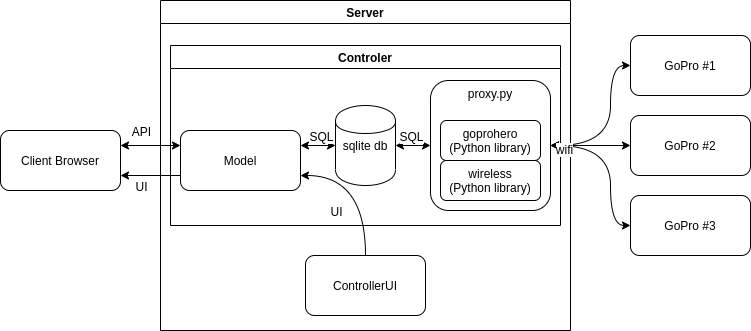
The draw.io diagram imagens/diagram.png in brunojus/Mestrado, before a commit. Source tidied: cells renumbered, new cells last; positions are measured from the earlier drawing's top-left corner, leaving out a move shared by most shapes.
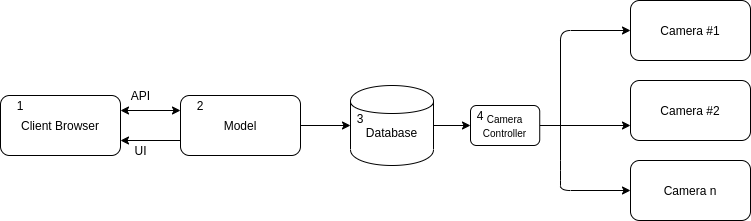
The same diagram one commit later.

Change to the diagram source:
```diff
@@ -2,69 +2,21 @@
   <root>
     <mxCell id="0" />
     <mxCell id="1" parent="0" />
-    <mxCell id="2" value="Server" style="swimlane;swimlaneFillColor=#ffffff;whiteSpace=wrap;html=1;" parent="1" vertex="1">
-      <mxGeometry x="160" width="410" height="330" as="geometry" />
-    </mxCell>
-    <mxCell id="3" value="GoPro #1" style="rounded=1;whiteSpace=wrap;html=1;" parent="1" vertex="1">
+    <mxCell id="3" value="Camera #1" style="rounded=1;whiteSpace=wrap;html=1;" parent="1" vertex="1">
       <mxGeometry x="630" y="35" width="120" height="60" as="geometry" />
     </mxCell>
-    <mxCell id="4" value="GoPro #2" style="rounded=1;whiteSpace=wrap;html=1;" parent="1" vertex="1">
+    <mxCell id="4" value="Camera #2" style="rounded=1;whiteSpace=wrap;html=1;" parent="1" vertex="1">
       <mxGeometry x="630" y="115" width="120" height="60" as="geometry" />
     </mxCell>
-    <mxCell id="5" value="GoPro #3" style="rounded=1;whiteSpace=wrap;html=1;" parent="1" vertex="1">
+    <mxCell id="5" value="Camera n" style="rounded=1;whiteSpace=wrap;html=1;" parent="1" vertex="1">
       <mxGeometry x="630" y="195" width="120" height="60" as="geometry" />
     </mxCell>
-    <mxCell id="6" value="Controler" style="swimlane;swimlaneFillColor=#ffffff;whiteSpace=wrap;html=1;" parent="1" vertex="1">
-      <mxGeometry x="170" y="45" width="390" height="180" as="geometry" />
-    </mxCell>
-    <mxCell id="7" value="sqlite db" style="shape=cylinder;whiteSpace=wrap;html=1;" parent="1" vertex="1">
-      <mxGeometry x="335" y="105" width="60" height="80" as="geometry" />
-    </mxCell>
+    <mxCell id="30" style="edgeStyle=orthogonalEdgeStyle;rounded=0;jettySize=auto;html=1;entryX=0;entryY=0.5;entryDx=0;entryDy=0;" parent="1" edge="1" source="8" target="33">
+      <mxGeometry relative="1" as="geometry" />
+    </mxCell>
     <mxCell id="8" value="Model" style="rounded=1;whiteSpace=wrap;html=1;" parent="1" vertex="1">
       <mxGeometry x="180" y="130" width="120" height="60" as="geometry" />
     </mxCell>
-    <mxCell id="9" style="group;" parent="1" vertex="1">
-      <mxGeometry x="430" y="80" width="120" height="130" as="geometry" />
-    </mxCell>
-    <mxCell id="10" value="proxy.py" style="rounded=1;whiteSpace=wrap;html=1;verticalAlign=top;" parent="9" vertex="1">
-      <mxGeometry width="120" height="130" as="geometry" />
-    </mxCell>
-    <mxCell id="11" value="goprohero&lt;div&gt;(Python library)&lt;/div&gt;" style="rounded=1;whiteSpace=wrap;html=1;" parent="9" vertex="1">
-      <mxGeometry x="10" y="40" width="100" height="40" as="geometry" />
-    </mxCell>
-    <mxCell id="12" value="wireless&lt;div&gt;(Python library)&lt;/div&gt;" style="rounded=1;whiteSpace=wrap;html=1;" parent="9" vertex="1">
-      <mxGeometry x="10" y="80" width="100" height="40" as="geometry" />
-    </mxCell>
-    <mxCell id="13" style="edgeStyle=orthogonalEdgeStyle;rounded=0;html=1;exitX=1;exitY=0.5;entryX=1;entryY=0.5;" parent="9" edge="1" source="12" target="12">
-      <mxGeometry relative="1" as="geometry" />
-    </mxCell>
-    <mxCell id="14" style="edgeStyle=orthogonalEdgeStyle;curved=1;rounded=0;html=1;exitX=1;exitY=0.25;entryX=0;entryY=0.5;startArrow=classic;startFill=1;" parent="1" edge="1" source="8" target="7">
-      <mxGeometry relative="1" as="geometry" />
-    </mxCell>
-    <mxCell id="15" value="SQL" style="text;html=1;align=center;verticalAlign=middle;labelBackgroundColor=#ffffff;" parent="14" vertex="1">
-      <mxGeometry x="-0.03" y="-2" relative="1" as="geometry">
-        <mxPoint x="3" y="-12" as="offset" />
-      </mxGeometry>
-    </mxCell>
-    <mxCell id="16" style="edgeStyle=orthogonalEdgeStyle;curved=1;rounded=0;html=1;exitX=1;exitY=0.5;entryX=0;entryY=0.5;startArrow=classic;startFill=1;" parent="1" edge="1" source="7" target="10">
-      <mxGeometry relative="1" as="geometry" />
-    </mxCell>
-    <mxCell id="17" value="SQL" style="text;html=1;align=center;verticalAlign=middle;labelBackgroundColor=#ffffff;" parent="16" vertex="1">
-      <mxGeometry x="0.43" y="-1" relative="1" as="geometry">
-        <mxPoint x="-10" y="-11" as="offset" />
-      </mxGeometry>
-    </mxCell>
-    <mxCell id="18" value="ControllerUI" style="rounded=1;whiteSpace=wrap;html=1;" parent="1" vertex="1">
-      <mxGeometry x="305" y="255" width="120" height="60" as="geometry" />
-    </mxCell>
-    <mxCell id="19" style="edgeStyle=orthogonalEdgeStyle;curved=1;rounded=0;html=1;exitX=0.5;exitY=0;entryX=1;entryY=0.75;startArrow=none;startFill=0;" parent="1" edge="1" source="18" target="8">
-      <mxGeometry relative="1" as="geometry" />
-    </mxCell>
-    <mxCell id="20" value="UI" style="text;html=1;align=center;verticalAlign=middle;labelBackgroundColor=#ffffff;" parent="19" vertex="1">
-      <mxGeometry x="-0.18" y="8" relative="1" as="geometry">
-        <mxPoint x="-22" y="15" as="offset" />
-      </mxGeometry>
-    </mxCell>
     <mxCell id="21" value="Client Browser" style="rounded=1;whiteSpace=wrap;html=1;" parent="1" vertex="1">
       <mxGeometry y="130" width="120" height="60" as="geometry" />
     </mxCell>
@@ -84,29 +36,49 @@
         <mxPoint x="-8" y="13" as="offset" />
       </mxGeometry>
     </mxCell>
-    <mxCell id="26" style="edgeStyle=orthogonalEdgeStyle;curved=1;rounded=0;html=1;exitX=1;exitY=0.5;entryX=0;entryY=0.5;startArrow=classic;startFill=1;endArrow=classic;endFill=1;" parent="1" edge="1" source="10" target="3">
-      <mxGeometry relative="1" as="geometry">
-        <Array as="points">
-          <mxPoint x="610" y="145" />
-          <mxPoint x="610" y="65" />
-        </Array>
-      </mxGeometry>
-    </mxCell>
-    <mxCell id="27" style="edgeStyle=orthogonalEdgeStyle;curved=1;rounded=0;html=1;exitX=1;exitY=0.5;startArrow=classic;startFill=1;endArrow=classic;endFill=1;" parent="1" edge="1" source="10" target="4">
-      <mxGeometry relative="1" as="geometry" />
-    </mxCell>
-    <mxCell id="28" style="edgeStyle=orthogonalEdgeStyle;curved=1;rounded=0;html=1;exitX=1;exitY=0.5;entryX=0;entryY=0.5;startArrow=classic;startFill=1;endArrow=classic;endFill=1;" parent="1" edge="1" source="10" target="5">
-      <mxGeometry relative="1" as="geometry">
-        <Array as="points">
-          <mxPoint x="610" y="145" />
-          <mxPoint x="610" y="225" />
-        </Array>
-      </mxGeometry>
-    </mxCell>
-    <mxCell id="29" value="wifi" style="text;html=1;align=center;verticalAlign=middle;labelBackgroundColor=#ffffff;" parent="28" vertex="1">
-      <mxGeometry x="-0.25" y="-27" relative="1" as="geometry">
-        <mxPoint x="-20" y="3" as="offset" />
-      </mxGeometry>
-    </mxCell>
+    <mxCell id="31" style="edgeStyle=orthogonalEdgeStyle;rounded=0;jettySize=auto;html=1;startArrow=none;startFill=0;entryX=0;entryY=0.75;entryDx=0;entryDy=0;" parent="1" edge="1" source="32" target="4">
+      <mxGeometry relative="1" as="geometry" />
+    </mxCell>
+    <mxCell id="32" value="&lt;font style=&quot;font-size: 10px&quot;&gt;Camera Controller&lt;/font&gt;" style="rounded=1;whiteSpace=wrap;html=1;verticalAlign=top;" parent="1" vertex="1">
+      <mxGeometry x="470" y="140" width="69.2" height="40" as="geometry" />
+    </mxCell>
+    <mxCell id="33" value="&lt;br&gt;Database" style="shape=cylinder;whiteSpace=wrap;html=1;" parent="1" vertex="1">
+      <mxGeometry x="350" y="120" width="83" height="80" as="geometry" />
+    </mxCell>
+    <mxCell id="34" value="&lt;br&gt;" style="text;html=1;align=center;verticalAlign=middle;" parent="33" vertex="1">
+      <mxGeometry x="53" y="38" width="20" height="20" as="geometry" />
+    </mxCell>
+    <mxCell id="35" value="3" style="text;html=1;strokeColor=none;fillColor=none;align=center;verticalAlign=middle;whiteSpace=wrap;rounded=0;" parent="33" vertex="1">
+      <mxGeometry x="-10" y="23" width="40" height="20" as="geometry" />
+    </mxCell>
+    <mxCell id="36" style="edgeStyle=orthogonalEdgeStyle;curved=1;rounded=0;html=1;exitX=1;exitY=0.5;entryX=0;entryY=0.5;startArrow=none;startFill=0;entryDx=0;entryDy=0;" parent="1" edge="1" source="33" target="32">
+      <mxGeometry relative="1" as="geometry" />
+    </mxCell>
+    <mxCell id="37" style="endArrow=classic;html=1;entryX=0;entryY=0.5;entryDx=0;entryDy=0;" parent="1" edge="1" target="5">
+      <mxGeometry relative="1" as="geometry">
+        <mxPoint x="560" y="160" as="sourcePoint" />
+        <Array as="points">
+          <mxPoint x="560" y="205" />
+          <mxPoint x="560" y="225" />
+        </Array>
+      </mxGeometry>
+    </mxCell>
+    <mxCell id="38" style="endArrow=classic;html=1;entryX=0;entryY=0.5;entryDx=0;entryDy=0;" parent="1" edge="1" target="3">
+      <mxGeometry relative="1" as="geometry">
+        <mxPoint x="560" y="165" as="sourcePoint" />
+        <Array as="points">
+          <mxPoint x="560" y="65" />
+        </Array>
+      </mxGeometry>
+    </mxCell>
+    <mxCell id="39" value="1" style="text;html=1;strokeColor=none;fillColor=none;align=center;verticalAlign=middle;whiteSpace=wrap;rounded=0;" parent="1" vertex="1">
+      <mxGeometry y="130" width="40" height="20" as="geometry" />
+    </mxCell>
+    <mxCell id="40" value="2" style="text;html=1;strokeColor=none;fillColor=none;align=center;verticalAlign=middle;whiteSpace=wrap;rounded=0;" parent="1" vertex="1">
+      <mxGeometry x="180" y="130" width="40" height="20" as="geometry" />
+    </mxCell>
+    <mxCell id="41" value="4" style="text;html=1;strokeColor=none;fillColor=none;align=center;verticalAlign=middle;whiteSpace=wrap;rounded=0;" parent="1" vertex="1">
+      <mxGeometry x="460" y="140" width="40" height="20" as="geometry" />
+    </mxCell>
   </root>
 </mxGraphModel>
```
